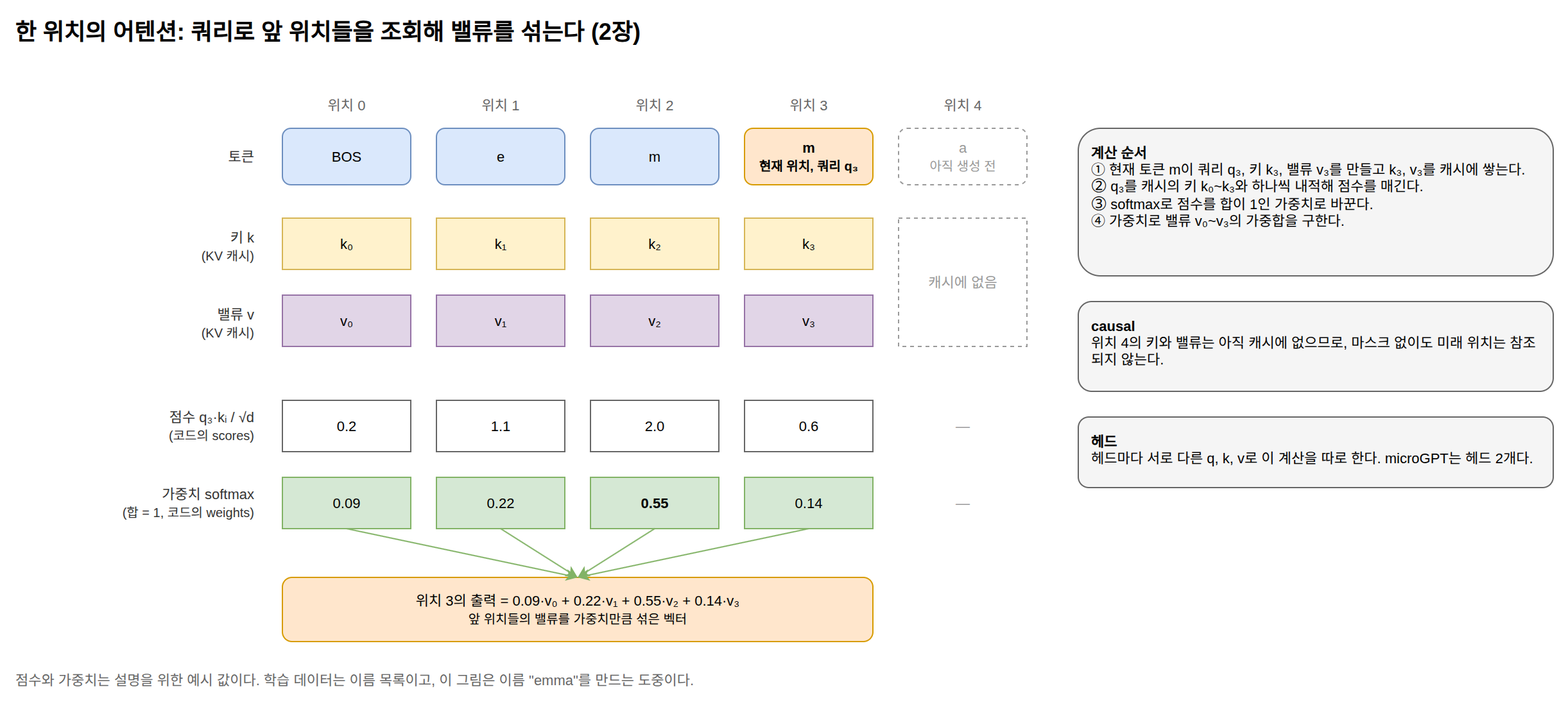
Before: book/diagrams/ch02-attention.drawio.png, a diagram exported from draw.io (benelog/llm-principles). Source tidied: cells renumbered, new cells last; positions are measured from the earlier drawing's top-left corner, leaving out a move shared by most shapes. Its diagram source:
```xml
<mxGraphModel>
  <root>
    <mxCell id="0" />
    <mxCell id="1" parent="0" />
    <mxCell id="2" value="한 위치의 어텐션: 쿼리로 앞 위치들을 조회해 밸류를 섞는다 (2장)" style="text;html=1;fontSize=18;fontStyle=1;align=left;verticalAlign=middle;" parent="1" vertex="1">
      <mxGeometry width="1100" height="30" as="geometry" />
    </mxCell>
    <mxCell id="3" value="토큰" style="text;html=1;whiteSpace=wrap;fontSize=11;fontColor=#333333;align=right;verticalAlign=middle;" parent="1" vertex="1">
      <mxGeometry y="90" width="190" height="44" as="geometry" />
    </mxCell>
    <mxCell id="4" value="키 k&lt;br&gt;&lt;font style=&quot;font-size:10px&quot;&gt;(KV 캐시)&lt;/font&gt;" style="text;html=1;whiteSpace=wrap;fontSize=11;fontColor=#333333;align=right;verticalAlign=middle;" parent="1" vertex="1">
      <mxGeometry y="160" width="190" height="44" as="geometry" />
    </mxCell>
    <mxCell id="5" value="밸류 v&lt;br&gt;&lt;font style=&quot;font-size:10px&quot;&gt;(KV 캐시)&lt;/font&gt;" style="text;html=1;whiteSpace=wrap;fontSize=11;fontColor=#333333;align=right;verticalAlign=middle;" parent="1" vertex="1">
      <mxGeometry y="220" width="190" height="44" as="geometry" />
    </mxCell>
    <mxCell id="6" value="점수 q₃·kᵢ / √d&lt;br&gt;&lt;font style=&quot;font-size:10px&quot;&gt;(코드의 scores)&lt;/font&gt;" style="text;html=1;whiteSpace=wrap;fontSize=11;fontColor=#333333;align=right;verticalAlign=middle;" parent="1" vertex="1">
      <mxGeometry y="300" width="190" height="44" as="geometry" />
    </mxCell>
    <mxCell id="7" value="가중치 softmax&lt;br&gt;&lt;font style=&quot;font-size:10px&quot;&gt;(합 = 1, 코드의 weights)&lt;/font&gt;" style="text;html=1;whiteSpace=wrap;fontSize=11;fontColor=#333333;align=right;verticalAlign=middle;" parent="1" vertex="1">
      <mxGeometry y="360" width="190" height="44" as="geometry" />
    </mxCell>
    <mxCell id="8" value="위치 0" style="text;html=1;whiteSpace=wrap;fontSize=11;fontColor=#666666;align=center;verticalAlign=middle;" parent="1" vertex="1">
      <mxGeometry x="210" y="62" width="100" height="20" as="geometry" />
    </mxCell>
    <mxCell id="9" value="위치 1" style="text;html=1;whiteSpace=wrap;fontSize=11;fontColor=#666666;align=center;verticalAlign=middle;" parent="1" vertex="1">
      <mxGeometry x="330" y="62" width="100" height="20" as="geometry" />
    </mxCell>
    <mxCell id="10" value="위치 2" style="text;html=1;whiteSpace=wrap;fontSize=11;fontColor=#666666;align=center;verticalAlign=middle;" parent="1" vertex="1">
      <mxGeometry x="450" y="62" width="100" height="20" as="geometry" />
    </mxCell>
    <mxCell id="11" value="위치 3" style="text;html=1;whiteSpace=wrap;fontSize=11;fontColor=#666666;align=center;verticalAlign=middle;" parent="1" vertex="1">
      <mxGeometry x="570" y="62" width="100" height="20" as="geometry" />
    </mxCell>
    <mxCell id="12" value="위치 4" style="text;html=1;whiteSpace=wrap;fontSize=11;fontColor=#666666;align=center;verticalAlign=middle;" parent="1" vertex="1">
      <mxGeometry x="690" y="62" width="100" height="20" as="geometry" />
    </mxCell>
    <mxCell id="13" value="BOS" style="rounded=1;whiteSpace=wrap;html=1;fillColor=#dae8fc;strokeColor=#6c8ebf;fontSize=11;" parent="1" vertex="1">
      <mxGeometry x="210" y="90" width="100" height="44" as="geometry" />
    </mxCell>
    <mxCell id="14" value="k₀" style="rounded=0;whiteSpace=wrap;html=1;fillColor=#fff2cc;strokeColor=#d6b656;fontSize=11;" parent="1" vertex="1">
      <mxGeometry x="210" y="160" width="100" height="40" as="geometry" />
    </mxCell>
    <mxCell id="15" value="v₀" style="rounded=0;whiteSpace=wrap;html=1;fillColor=#e1d5e7;strokeColor=#9673a6;fontSize=11;" parent="1" vertex="1">
      <mxGeometry x="210" y="220" width="100" height="40" as="geometry" />
    </mxCell>
    <mxCell id="16" value="e" style="rounded=1;whiteSpace=wrap;html=1;fillColor=#dae8fc;strokeColor=#6c8ebf;fontSize=11;" parent="1" vertex="1">
      <mxGeometry x="330" y="90" width="100" height="44" as="geometry" />
    </mxCell>
    <mxCell id="17" value="k₁" style="rounded=0;whiteSpace=wrap;html=1;fillColor=#fff2cc;strokeColor=#d6b656;fontSize=11;" parent="1" vertex="1">
      <mxGeometry x="330" y="160" width="100" height="40" as="geometry" />
    </mxCell>
    <mxCell id="18" value="v₁" style="rounded=0;whiteSpace=wrap;html=1;fillColor=#e1d5e7;strokeColor=#9673a6;fontSize=11;" parent="1" vertex="1">
      <mxGeometry x="330" y="220" width="100" height="40" as="geometry" />
    </mxCell>
    <mxCell id="19" value="m" style="rounded=1;whiteSpace=wrap;html=1;fillColor=#dae8fc;strokeColor=#6c8ebf;fontSize=11;" parent="1" vertex="1">
      <mxGeometry x="450" y="90" width="100" height="44" as="geometry" />
    </mxCell>
    <mxCell id="20" value="k₂" style="rounded=0;whiteSpace=wrap;html=1;fillColor=#fff2cc;strokeColor=#d6b656;fontSize=11;" parent="1" vertex="1">
      <mxGeometry x="450" y="160" width="100" height="40" as="geometry" />
    </mxCell>
    <mxCell id="21" value="v₂" style="rounded=0;whiteSpace=wrap;html=1;fillColor=#e1d5e7;strokeColor=#9673a6;fontSize=11;" parent="1" vertex="1">
      <mxGeometry x="450" y="220" width="100" height="40" as="geometry" />
    </mxCell>
    <mxCell id="22" value="m&lt;br&gt;&lt;font style=&quot;font-size:10px&quot;&gt;현재 위치, 쿼리 q₃&lt;/font&gt;" style="rounded=1;whiteSpace=wrap;html=1;fillColor=#ffe6cc;strokeColor=#d79b00;fontSize=11;fontStyle=1;" parent="1" vertex="1">
      <mxGeometry x="570" y="90" width="100" height="44" as="geometry" />
    </mxCell>
    <mxCell id="23" value="k₃" style="rounded=0;whiteSpace=wrap;html=1;fillColor=#fff2cc;strokeColor=#d6b656;fontSize=11;" parent="1" vertex="1">
      <mxGeometry x="570" y="160" width="100" height="40" as="geometry" />
    </mxCell>
    <mxCell id="24" value="v₃" style="rounded=0;whiteSpace=wrap;html=1;fillColor=#e1d5e7;strokeColor=#9673a6;fontSize=11;" parent="1" vertex="1">
      <mxGeometry x="570" y="220" width="100" height="40" as="geometry" />
    </mxCell>
    <mxCell id="25" value="a&lt;br&gt;&lt;font style=&quot;font-size:10px&quot;&gt;아직 생성 전&lt;/font&gt;" style="rounded=1;whiteSpace=wrap;html=1;fillColor=#ffffff;strokeColor=#666666;fontSize=11;dashed=1;fontColor=#999999;strokeColor=#999999;" parent="1" vertex="1">
      <mxGeometry x="690" y="90" width="100" height="44" as="geometry" />
    </mxCell>
    <mxCell id="26" value="캐시에 없음" style="rounded=0;whiteSpace=wrap;html=1;fillColor=#ffffff;strokeColor=#666666;fontSize=11;dashed=1;fontColor=#999999;strokeColor=#999999;" parent="1" vertex="1">
      <mxGeometry x="690" y="160" width="100" height="100" as="geometry" />
    </mxCell>
    <mxCell id="27" value="0.2" style="rounded=0;whiteSpace=wrap;html=1;fillColor=#ffffff;strokeColor=#666666;fontSize=11;" parent="1" vertex="1">
      <mxGeometry x="210" y="302" width="100" height="40" as="geometry" />
    </mxCell>
    <mxCell id="28" value="0.09" style="rounded=0;whiteSpace=wrap;html=1;fillColor=#d5e8d4;strokeColor=#82b366;fontSize=11;" parent="1" vertex="1">
      <mxGeometry x="210" y="362" width="100" height="40" as="geometry" />
    </mxCell>
    <mxCell id="29" value="1.1" style="rounded=0;whiteSpace=wrap;html=1;fillColor=#ffffff;strokeColor=#666666;fontSize=11;" parent="1" vertex="1">
      <mxGeometry x="330" y="302" width="100" height="40" as="geometry" />
    </mxCell>
    <mxCell id="30" value="0.22" style="rounded=0;whiteSpace=wrap;html=1;fillColor=#d5e8d4;strokeColor=#82b366;fontSize=11;" parent="1" vertex="1">
      <mxGeometry x="330" y="362" width="100" height="40" as="geometry" />
    </mxCell>
    <mxCell id="31" value="2.0" style="rounded=0;whiteSpace=wrap;html=1;fillColor=#ffffff;strokeColor=#666666;fontSize=11;" parent="1" vertex="1">
      <mxGeometry x="450" y="302" width="100" height="40" as="geometry" />
    </mxCell>
    <mxCell id="32" value="0.55" style="rounded=0;whiteSpace=wrap;html=1;fillColor=#d5e8d4;strokeColor=#82b366;fontSize=11;fontStyle=1;" parent="1" vertex="1">
      <mxGeometry x="450" y="362" width="100" height="40" as="geometry" />
    </mxCell>
    <mxCell id="33" value="0.6" style="rounded=0;whiteSpace=wrap;html=1;fillColor=#ffffff;strokeColor=#666666;fontSize=11;" parent="1" vertex="1">
      <mxGeometry x="570" y="302" width="100" height="40" as="geometry" />
    </mxCell>
    <mxCell id="34" value="0.14" style="rounded=0;whiteSpace=wrap;html=1;fillColor=#d5e8d4;strokeColor=#82b366;fontSize=11;" parent="1" vertex="1">
      <mxGeometry x="570" y="362" width="100" height="40" as="geometry" />
    </mxCell>
    <mxCell id="35" value="—" style="text;html=1;whiteSpace=wrap;fontSize=11;fontColor=#999999;align=center;verticalAlign=middle;" parent="1" vertex="1">
      <mxGeometry x="690" y="302" width="100" height="40" as="geometry" />
    </mxCell>
    <mxCell id="36" value="—" style="text;html=1;whiteSpace=wrap;fontSize=11;fontColor=#999999;align=center;verticalAlign=middle;" parent="1" vertex="1">
      <mxGeometry x="690" y="362" width="100" height="40" as="geometry" />
    </mxCell>
    <mxCell id="37" value="위치 3의 출력 = 0.09·v₀ + 0.22·v₁ + 0.55·v₂ + 0.14·v₃&lt;br&gt;&lt;font style=&quot;font-size:10px&quot;&gt;앞 위치들의 밸류를 가중치만큼 섞은 벡터&lt;/font&gt;" style="rounded=1;whiteSpace=wrap;html=1;fillColor=#ffe6cc;strokeColor=#d79b00;fontSize=11;" parent="1" vertex="1">
      <mxGeometry x="210" y="440" width="460" height="50" as="geometry" />
    </mxCell>
    <mxCell id="38" style="edgeStyle=orthogonalEdgeStyle;rounded=0;html=1;fontSize=11;exitX=0.5;exitY=1;entryX=0.5;entryY=0;strokeColor=#82b366;edgeStyle=none;" parent="1" edge="1" source="28" target="37">
      <mxGeometry relative="1" as="geometry" />
    </mxCell>
    <mxCell id="39" style="edgeStyle=orthogonalEdgeStyle;rounded=0;html=1;fontSize=11;exitX=0.5;exitY=1;entryX=0.5;entryY=0;strokeColor=#82b366;edgeStyle=none;" parent="1" edge="1" source="30" target="37">
      <mxGeometry relative="1" as="geometry" />
    </mxCell>
    <mxCell id="40" style="edgeStyle=orthogonalEdgeStyle;rounded=0;html=1;fontSize=11;exitX=0.5;exitY=1;entryX=0.5;entryY=0;strokeColor=#82b366;edgeStyle=none;" parent="1" edge="1" source="32" target="37">
      <mxGeometry relative="1" as="geometry" />
    </mxCell>
    <mxCell id="41" style="edgeStyle=orthogonalEdgeStyle;rounded=0;html=1;fontSize=11;exitX=0.5;exitY=1;entryX=0.5;entryY=0;strokeColor=#82b366;edgeStyle=none;" parent="1" edge="1" source="34" target="37">
      <mxGeometry relative="1" as="geometry" />
    </mxCell>
    <mxCell id="42" value="&lt;b&gt;계산 순서&lt;/b&gt;&lt;br&gt;① 현재 토큰 m이 쿼리 q₃, 키 k₃, 밸류 v₃를 만들고 k₃, v₃를 캐시에 쌓는다.&lt;br&gt;② q₃를 캐시의 키 k₀~k₃와 하나씩 내적해 점수를 매긴다.&lt;br&gt;③ softmax로 점수를 합이 1인 가중치로 바꾼다.&lt;br&gt;④ 가중치로 밸류 v₀~v₃의 가중합을 구한다." style="rounded=1;whiteSpace=wrap;html=1;fillColor=#f5f5f5;strokeColor=#666666;fontSize=11;align=left;spacingLeft=8;spacingRight=8;verticalAlign=top;spacingTop=6;" parent="1" vertex="1">
      <mxGeometry x="830" y="90" width="370" height="115" as="geometry" />
    </mxCell>
    <mxCell id="43" value="&lt;b&gt;causal&lt;/b&gt;&lt;br&gt;위치 4의 키와 밸류는 아직 캐시에 없으므로, 마스크 없이도 미래 위치는 참조되지 않는다." style="rounded=1;whiteSpace=wrap;html=1;fillColor=#f5f5f5;strokeColor=#666666;fontSize=11;align=left;spacingLeft=8;spacingRight=8;verticalAlign=top;spacingTop=6;" parent="1" vertex="1">
      <mxGeometry x="830" y="225" width="370" height="70" as="geometry" />
    </mxCell>
    <mxCell id="44" value="&lt;b&gt;헤드&lt;/b&gt;&lt;br&gt;헤드마다 서로 다른 q, k, v로 이 계산을 따로 한다. microGPT는 헤드 2개다." style="rounded=1;whiteSpace=wrap;html=1;fillColor=#f5f5f5;strokeColor=#666666;fontSize=11;align=left;spacingLeft=8;spacingRight=8;verticalAlign=top;spacingTop=6;" parent="1" vertex="1">
      <mxGeometry x="830" y="315" width="370" height="55" as="geometry" />
    </mxCell>
    <mxCell id="45" value="점수와 가중치는 설명을 위한 예시 값이다. 학습 데이터는 이름 목록이고, 이 그림은 이름 &quot;emma&quot;를 만드는 도중이다." style="text;html=1;whiteSpace=wrap;fontSize=11;fontColor=#666666;align=left;verticalAlign=middle;" parent="1" vertex="1">
      <mxGeometry y="510" width="1100" height="20" as="geometry" />
    </mxCell>
  </root>
</mxGraphModel>
```
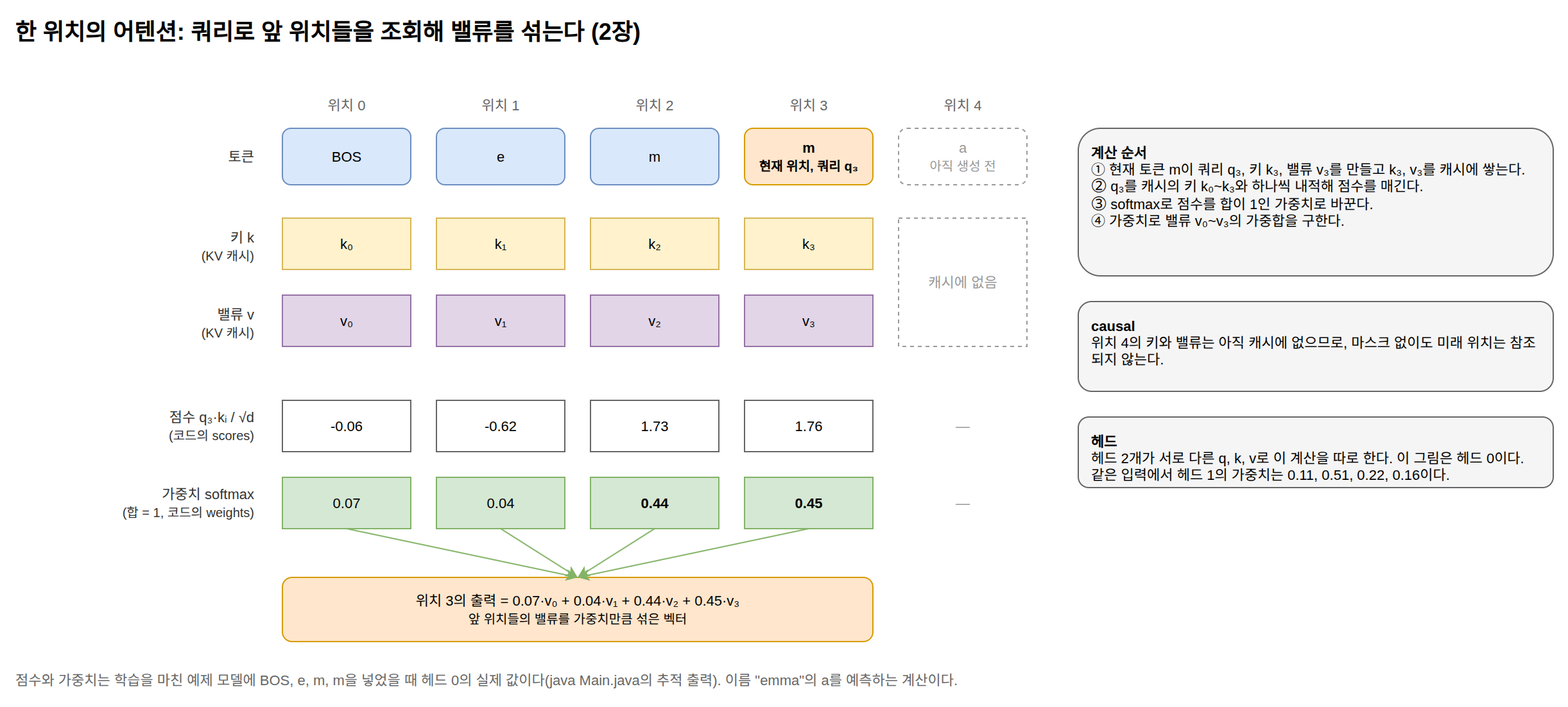
After the change.

What changed in the source:
```diff
@@ -77,28 +77,28 @@
     <mxCell id="26" value="캐시에 없음" style="rounded=0;whiteSpace=wrap;html=1;fillColor=#ffffff;strokeColor=#666666;fontSize=11;dashed=1;fontColor=#999999;strokeColor=#999999;" parent="1" vertex="1">
       <mxGeometry x="690" y="160" width="100" height="100" as="geometry" />
     </mxCell>
-    <mxCell id="27" value="0.2" style="rounded=0;whiteSpace=wrap;html=1;fillColor=#ffffff;strokeColor=#666666;fontSize=11;" parent="1" vertex="1">
+    <mxCell id="27" value="-0.06" style="rounded=0;whiteSpace=wrap;html=1;fillColor=#ffffff;strokeColor=#666666;fontSize=11;" parent="1" vertex="1">
       <mxGeometry x="210" y="302" width="100" height="40" as="geometry" />
     </mxCell>
-    <mxCell id="28" value="0.09" style="rounded=0;whiteSpace=wrap;html=1;fillColor=#d5e8d4;strokeColor=#82b366;fontSize=11;" parent="1" vertex="1">
+    <mxCell id="28" value="0.07" style="rounded=0;whiteSpace=wrap;html=1;fillColor=#d5e8d4;strokeColor=#82b366;fontSize=11;" parent="1" vertex="1">
       <mxGeometry x="210" y="362" width="100" height="40" as="geometry" />
     </mxCell>
-    <mxCell id="29" value="1.1" style="rounded=0;whiteSpace=wrap;html=1;fillColor=#ffffff;strokeColor=#666666;fontSize=11;" parent="1" vertex="1">
+    <mxCell id="29" value="-0.62" style="rounded=0;whiteSpace=wrap;html=1;fillColor=#ffffff;strokeColor=#666666;fontSize=11;" parent="1" vertex="1">
       <mxGeometry x="330" y="302" width="100" height="40" as="geometry" />
     </mxCell>
-    <mxCell id="30" value="0.22" style="rounded=0;whiteSpace=wrap;html=1;fillColor=#d5e8d4;strokeColor=#82b366;fontSize=11;" parent="1" vertex="1">
+    <mxCell id="30" value="0.04" style="rounded=0;whiteSpace=wrap;html=1;fillColor=#d5e8d4;strokeColor=#82b366;fontSize=11;" parent="1" vertex="1">
       <mxGeometry x="330" y="362" width="100" height="40" as="geometry" />
     </mxCell>
-    <mxCell id="31" value="2.0" style="rounded=0;whiteSpace=wrap;html=1;fillColor=#ffffff;strokeColor=#666666;fontSize=11;" parent="1" vertex="1">
+    <mxCell id="31" value="1.73" style="rounded=0;whiteSpace=wrap;html=1;fillColor=#ffffff;strokeColor=#666666;fontSize=11;" parent="1" vertex="1">
       <mxGeometry x="450" y="302" width="100" height="40" as="geometry" />
     </mxCell>
-    <mxCell id="32" value="0.55" style="rounded=0;whiteSpace=wrap;html=1;fillColor=#d5e8d4;strokeColor=#82b366;fontSize=11;fontStyle=1;" parent="1" vertex="1">
+    <mxCell id="32" value="0.44" style="rounded=0;whiteSpace=wrap;html=1;fillColor=#d5e8d4;strokeColor=#82b366;fontSize=11;fontStyle=1;" parent="1" vertex="1">
       <mxGeometry x="450" y="362" width="100" height="40" as="geometry" />
     </mxCell>
-    <mxCell id="33" value="0.6" style="rounded=0;whiteSpace=wrap;html=1;fillColor=#ffffff;strokeColor=#666666;fontSize=11;" parent="1" vertex="1">
+    <mxCell id="33" value="1.76" style="rounded=0;whiteSpace=wrap;html=1;fillColor=#ffffff;strokeColor=#666666;fontSize=11;" parent="1" vertex="1">
       <mxGeometry x="570" y="302" width="100" height="40" as="geometry" />
     </mxCell>
-    <mxCell id="34" value="0.14" style="rounded=0;whiteSpace=wrap;html=1;fillColor=#d5e8d4;strokeColor=#82b366;fontSize=11;" parent="1" vertex="1">
+    <mxCell id="34" value="0.45" style="rounded=0;whiteSpace=wrap;html=1;fillColor=#d5e8d4;strokeColor=#82b366;fontSize=11;fontStyle=1;" parent="1" vertex="1">
       <mxGeometry x="570" y="362" width="100" height="40" as="geometry" />
     </mxCell>
     <mxCell id="35" value="—" style="text;html=1;whiteSpace=wrap;fontSize=11;fontColor=#999999;align=center;verticalAlign=middle;" parent="1" vertex="1">
@@ -107,7 +107,7 @@
     <mxCell id="36" value="—" style="text;html=1;whiteSpace=wrap;fontSize=11;fontColor=#999999;align=center;verticalAlign=middle;" parent="1" vertex="1">
       <mxGeometry x="690" y="362" width="100" height="40" as="geometry" />
     </mxCell>
-    <mxCell id="37" value="위치 3의 출력 = 0.09·v₀ + 0.22·v₁ + 0.55·v₂ + 0.14·v₃&lt;br&gt;&lt;font style=&quot;font-size:10px&quot;&gt;앞 위치들의 밸류를 가중치만큼 섞은 벡터&lt;/font&gt;" style="rounded=1;whiteSpace=wrap;html=1;fillColor=#ffe6cc;strokeColor=#d79b00;fontSize=11;" parent="1" vertex="1">
+    <mxCell id="37" value="위치 3의 출력 = 0.07·v₀ + 0.04·v₁ + 0.44·v₂ + 0.45·v₃&lt;br&gt;&lt;font style=&quot;font-size:10px&quot;&gt;앞 위치들의 밸류를 가중치만큼 섞은 벡터&lt;/font&gt;" style="rounded=1;whiteSpace=wrap;html=1;fillColor=#ffe6cc;strokeColor=#d79b00;fontSize=11;" parent="1" vertex="1">
       <mxGeometry x="210" y="440" width="460" height="50" as="geometry" />
     </mxCell>
     <mxCell id="38" style="edgeStyle=orthogonalEdgeStyle;rounded=0;html=1;fontSize=11;exitX=0.5;exitY=1;entryX=0.5;entryY=0;strokeColor=#82b366;edgeStyle=none;" parent="1" edge="1" source="28" target="37">
@@ -128,10 +128,10 @@
     <mxCell id="43" value="&lt;b&gt;causal&lt;/b&gt;&lt;br&gt;위치 4의 키와 밸류는 아직 캐시에 없으므로, 마스크 없이도 미래 위치는 참조되지 않는다." style="rounded=1;whiteSpace=wrap;html=1;fillColor=#f5f5f5;strokeColor=#666666;fontSize=11;align=left;spacingLeft=8;spacingRight=8;verticalAlign=top;spacingTop=6;" parent="1" vertex="1">
       <mxGeometry x="830" y="225" width="370" height="70" as="geometry" />
     </mxCell>
-    <mxCell id="44" value="&lt;b&gt;헤드&lt;/b&gt;&lt;br&gt;헤드마다 서로 다른 q, k, v로 이 계산을 따로 한다. microGPT는 헤드 2개다." style="rounded=1;whiteSpace=wrap;html=1;fillColor=#f5f5f5;strokeColor=#666666;fontSize=11;align=left;spacingLeft=8;spacingRight=8;verticalAlign=top;spacingTop=6;" parent="1" vertex="1">
+    <mxCell id="44" value="&lt;b&gt;헤드&lt;/b&gt;&lt;br&gt;헤드 2개가 서로 다른 q, k, v로 이 계산을 따로 한다. 이 그림은 헤드 0이다.&lt;br&gt;같은 입력에서 헤드 1의 가중치는 0.11, 0.51, 0.22, 0.16이다." style="rounded=1;whiteSpace=wrap;html=1;fillColor=#f5f5f5;strokeColor=#666666;fontSize=11;align=left;spacingLeft=8;spacingRight=8;verticalAlign=top;spacingTop=6;" parent="1" vertex="1">
       <mxGeometry x="830" y="315" width="370" height="55" as="geometry" />
     </mxCell>
-    <mxCell id="45" value="점수와 가중치는 설명을 위한 예시 값이다. 학습 데이터는 이름 목록이고, 이 그림은 이름 &quot;emma&quot;를 만드는 도중이다." style="text;html=1;whiteSpace=wrap;fontSize=11;fontColor=#666666;align=left;verticalAlign=middle;" parent="1" vertex="1">
+    <mxCell id="45" value="점수와 가중치는 학습을 마친 예제 모델에 BOS, e, m, m을 넣었을 때 헤드 0의 실제 값이다(java Main.java의 추적 출력). 이름 &quot;emma&quot;의 a를 예측하는 계산이다." style="text;html=1;whiteSpace=wrap;fontSize=11;fontColor=#666666;align=left;verticalAlign=middle;" parent="1" vertex="1">
       <mxGeometry y="510" width="1100" height="20" as="geometry" />
     </mxCell>
   </root>
```
